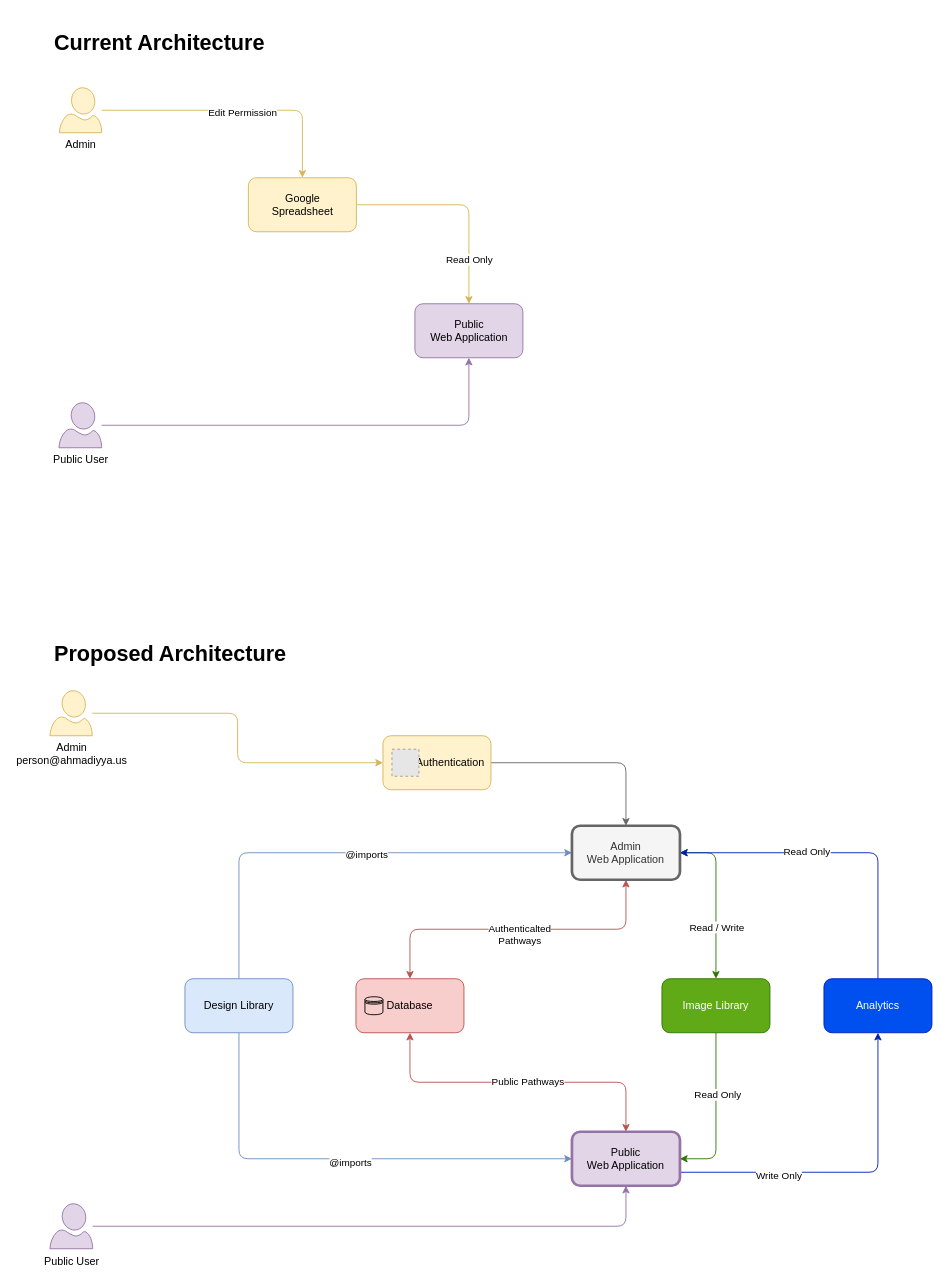
tofik-khan/wn-diagrams keeps this draw.io diagram as wn-architecture.drawio. Above is the earlier version. Source tidied: cells renumbered, new cells numbered last; positions are measured from the earlier drawing's top-left corner, leaving out a move shared by most shapes. Both pictures are drawn from the tidied source at 90%, with x=0, y=0 at pixel (50, 24). Pictures stored in the file or linked from it are replaced by grey dashed boxes.
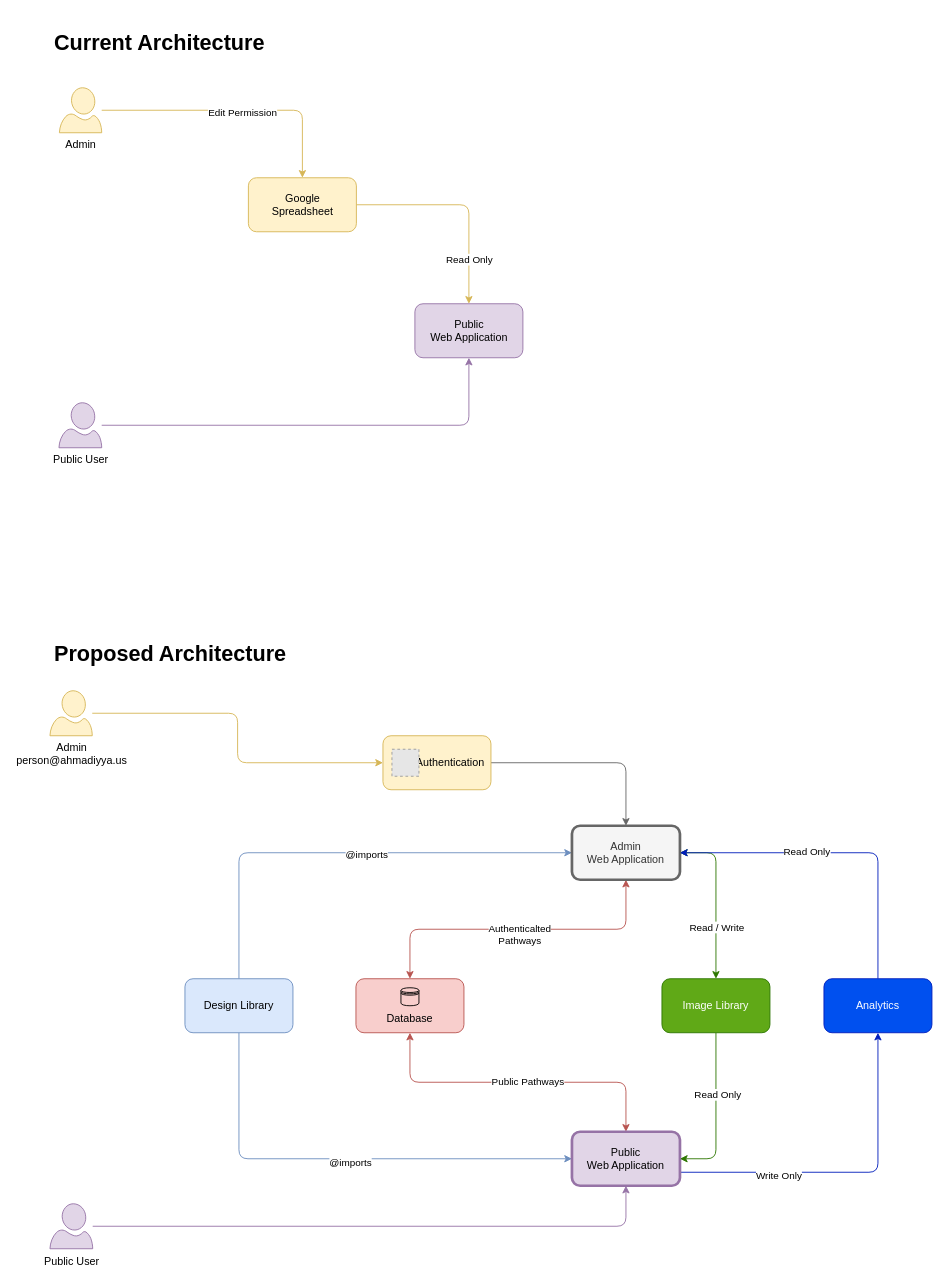
After the change.

The change refers to these unchanged cells:
```xml
<mxCell id="27" style="group;" parent="1" vertex="1">
  <mxGeometry x="340" y="1060" width="120" height="60" as="geometry" />
</mxCell>
```

What changed in the source:
```diff
@@
-    <mxCell id="28" value="Database" style="rounded=1;whiteSpace=wrap;html=1;fillColor=#f8cecc;strokeColor=#b85450;" parent="27" vertex="1">
+    <mxCell id="28" value="&lt;br&gt;&lt;br&gt;Database" style="rounded=1;whiteSpace=wrap;html=1;fillColor=#f8cecc;strokeColor=#b85450;align=center;" parent="27" vertex="1">
       <mxGeometry width="120" height="60" as="geometry" />
     </mxCell>
     <mxCell id="29" style="shape=datastore;whiteSpace=wrap;html=1;fillColor=none;" parent="27" vertex="1">
-      <mxGeometry x="10" y="20" width="20" height="20" as="geometry" />
+      <mxGeometry x="50" y="10" width="20" height="20" as="geometry" />
     </mxCell>
```
